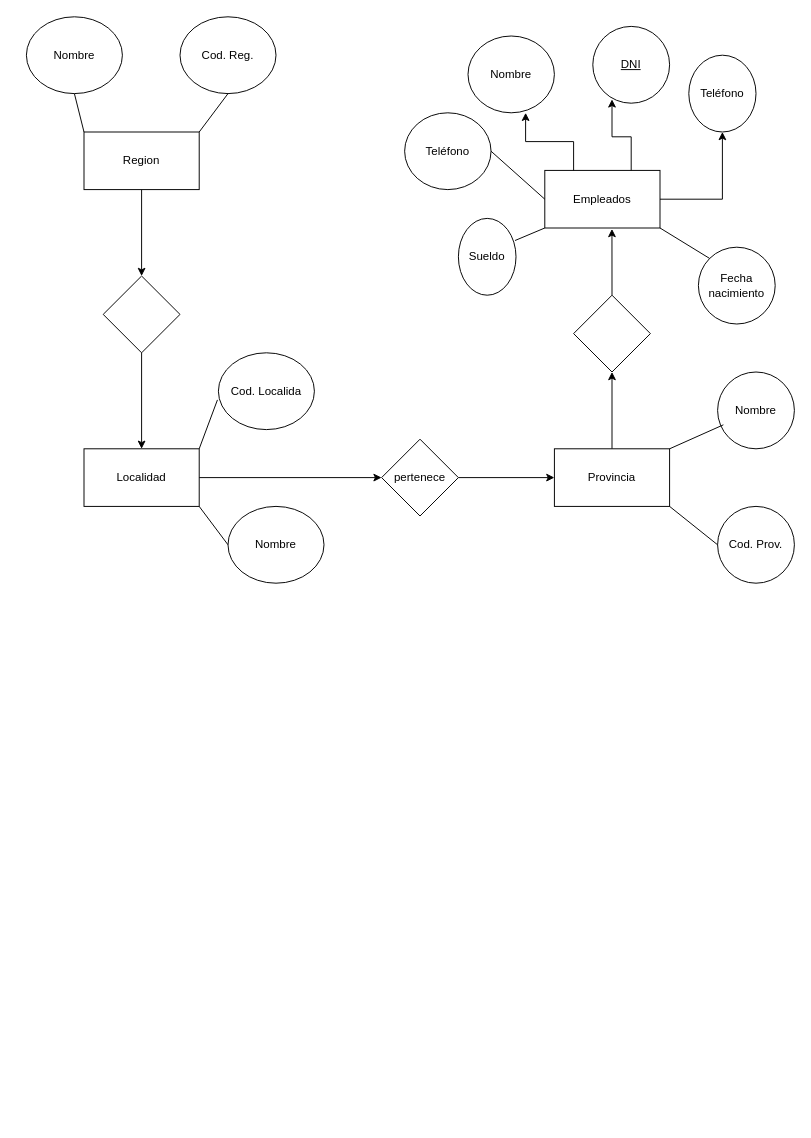
Before: Diagrama sin título.drawio in LuisAlvarado89/Proyecto1, a draw.io diagram. Source tidied: cells renumbered, new cells numbered last; positions are measured from the earlier drawing's top-left corner, leaving out a move shared by most shapes. Both pictures are drawn from the tidied source at 96%, with x=0, y=0 at pixel (26, 16).
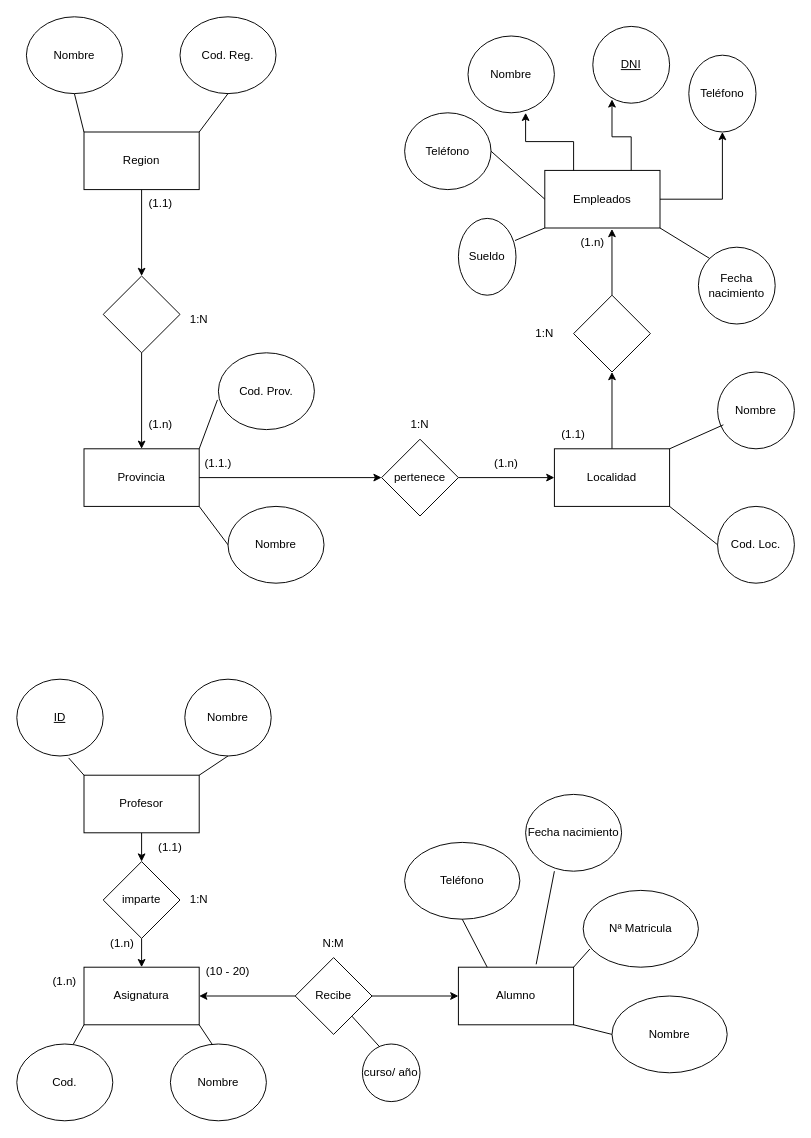
Above is the later version.

The edit, as a diff of the source:
```diff
@@
-    <mxCell id="13" value="Localidad" style="rounded=0;whiteSpace=wrap;html=1;" parent="1" vertex="1">
+    <mxCell id="13" value="Provincia" style="rounded=0;whiteSpace=wrap;html=1;" parent="1" vertex="1">
       <mxGeometry x="60" y="450" width="120" height="60" as="geometry" />
     </mxCell>
@@
-    <mxCell id="15" value="Provincia" style="rounded=0;whiteSpace=wrap;html=1;" parent="1" vertex="1">
+    <mxCell id="15" value="Localidad" style="rounded=0;whiteSpace=wrap;html=1;" parent="1" vertex="1">
       <mxGeometry x="550" y="450" width="120" height="60" as="geometry" />
     </mxCell>
@@
-    <mxCell id="20" value="Cod. Localida" style="ellipse;whiteSpace=wrap;html=1;" parent="1" vertex="1">
+    <mxCell id="20" value="Cod. Prov." style="ellipse;whiteSpace=wrap;html=1;" parent="1" vertex="1">
       <mxGeometry x="200" y="350" width="100" height="80" as="geometry" />
     </mxCell>
@@
-    <mxCell id="23" value="Cod. Prov." style="ellipse;whiteSpace=wrap;html=1;" parent="1" vertex="1">
+    <mxCell id="23" value="Cod. Loc." style="ellipse;whiteSpace=wrap;html=1;" parent="1" vertex="1">
       <mxGeometry x="720" y="510" width="80" height="80" as="geometry" />
     </mxCell>
@@
+    <mxCell id="39" value="1:N" style="text;html=1;whiteSpace=wrap;strokeColor=none;fillColor=none;align=center;verticalAlign=middle;rounded=0;" parent="1" vertex="1">
+      <mxGeometry x="150" y="300" width="60" height="30" as="geometry" />
+    </mxCell>
+    <mxCell id="40" value="1:N" style="text;html=1;whiteSpace=wrap;strokeColor=none;fillColor=none;align=center;verticalAlign=middle;rounded=0;" parent="1" vertex="1">
+      <mxGeometry x="380" y="410" width="60" height="30" as="geometry" />
+    </mxCell>
+    <mxCell id="41" value="1:N" style="text;html=1;whiteSpace=wrap;strokeColor=none;fillColor=none;align=center;verticalAlign=middle;rounded=0;" parent="1" vertex="1">
+      <mxGeometry x="510" y="315" width="60" height="30" as="geometry" />
+    </mxCell>
+    <mxCell id="42" value="(1.1)" style="text;html=1;whiteSpace=wrap;strokeColor=none;fillColor=none;align=center;verticalAlign=middle;rounded=0;" parent="1" vertex="1">
+      <mxGeometry x="110" y="180" width="60" height="30" as="geometry" />
+    </mxCell>
+    <mxCell id="43" value="(1.1)" style="text;html=1;whiteSpace=wrap;strokeColor=none;fillColor=none;align=center;verticalAlign=middle;rounded=0;" parent="1" vertex="1">
+      <mxGeometry x="540" y="420" width="60" height="30" as="geometry" />
+    </mxCell>
+    <mxCell id="44" value="(1.n)" style="text;html=1;whiteSpace=wrap;strokeColor=none;fillColor=none;align=center;verticalAlign=middle;rounded=0;" parent="1" vertex="1">
+      <mxGeometry x="110" y="410" width="60" height="30" as="geometry" />
+    </mxCell>
+    <mxCell id="45" value="(1.n)" style="text;html=1;whiteSpace=wrap;strokeColor=none;fillColor=none;align=center;verticalAlign=middle;rounded=0;" parent="1" vertex="1">
+      <mxGeometry x="470" y="450" width="60" height="30" as="geometry" />
+    </mxCell>
+    <mxCell id="46" value="(1.n)" style="text;html=1;whiteSpace=wrap;strokeColor=none;fillColor=none;align=center;verticalAlign=middle;rounded=0;" parent="1" vertex="1">
+      <mxGeometry x="560" y="220" width="60" height="30" as="geometry" />
+    </mxCell>
+    <mxCell id="47" value="(1.1.)" style="text;html=1;whiteSpace=wrap;strokeColor=none;fillColor=none;align=center;verticalAlign=middle;rounded=0;" parent="1" vertex="1">
+      <mxGeometry x="170" y="450" width="60" height="30" as="geometry" />
+    </mxCell>
+    <mxCell id="48" style="edgeStyle=orthogonalEdgeStyle;rounded=0;jettySize=auto;html=1;exitX=0.5;exitY=1;exitDx=0;exitDy=0;entryX=0.5;entryY=0;entryDx=0;entryDy=0;" parent="1" edge="1" source="49" target="59">
+      <mxGeometry relative="1" as="geometry" />
+    </mxCell>
+    <mxCell id="49" value="Profesor" style="rounded=0;whiteSpace=wrap;html=1;" parent="1" vertex="1">
+      <mxGeometry x="60" y="790" width="120" height="60" as="geometry" />
+    </mxCell>
+    <mxCell id="50" value="Alumno" style="rounded=0;whiteSpace=wrap;html=1;" parent="1" vertex="1">
+      <mxGeometry x="450" y="990" width="120" height="60" as="geometry" />
+    </mxCell>
+    <mxCell id="51" value="Asignatura" style="rounded=0;whiteSpace=wrap;html=1;" parent="1" vertex="1">
+      <mxGeometry x="60" y="990" width="120" height="60" as="geometry" />
+    </mxCell>
+    <mxCell id="52" value="Nª Matricula" style="ellipse;whiteSpace=wrap;html=1;" parent="1" vertex="1">
+      <mxGeometry x="580" y="910" width="120" height="80" as="geometry" />
+    </mxCell>
+    <mxCell id="53" value="Nombre" style="ellipse;whiteSpace=wrap;html=1;" parent="1" vertex="1">
+      <mxGeometry x="610" y="1020" width="120" height="80" as="geometry" />
+    </mxCell>
+    <mxCell id="54" value="Fecha nacimiento" style="ellipse;whiteSpace=wrap;html=1;" parent="1" vertex="1">
+      <mxGeometry x="520" y="810" width="100" height="80" as="geometry" />
+    </mxCell>
+    <mxCell id="55" value="Teléfono" style="ellipse;whiteSpace=wrap;html=1;" parent="1" vertex="1">
+      <mxGeometry x="394" y="860" width="120" height="80" as="geometry" />
+    </mxCell>
+    <mxCell id="56" value="&lt;u&gt;ID&lt;/u&gt;" style="ellipse;whiteSpace=wrap;html=1;" parent="1" vertex="1">
+      <mxGeometry x="-10" y="690" width="90" height="80" as="geometry" />
+    </mxCell>
+    <mxCell id="57" value="Nombre" style="ellipse;whiteSpace=wrap;html=1;" parent="1" vertex="1">
+      <mxGeometry x="165" y="690" width="90" height="80" as="geometry" />
+    </mxCell>
+    <mxCell id="58" style="edgeStyle=orthogonalEdgeStyle;rounded=0;jettySize=auto;html=1;exitX=0.5;exitY=1;exitDx=0;exitDy=0;entryX=0.5;entryY=0;entryDx=0;entryDy=0;" parent="1" edge="1" source="59" target="51">
+      <mxGeometry relative="1" as="geometry" />
+    </mxCell>
+    <mxCell id="59" value="imparte" style="rhombus;whiteSpace=wrap;html=1;" parent="1" vertex="1">
+      <mxGeometry x="80" y="880" width="80" height="80" as="geometry" />
+    </mxCell>
+    <mxCell id="60" style="edgeStyle=orthogonalEdgeStyle;rounded=0;jettySize=auto;html=1;exitX=1;exitY=0.5;exitDx=0;exitDy=0;entryX=0;entryY=0.5;entryDx=0;entryDy=0;" parent="1" edge="1" source="62" target="50">
+      <mxGeometry relative="1" as="geometry" />
+    </mxCell>
+    <mxCell id="61" style="edgeStyle=orthogonalEdgeStyle;rounded=0;jettySize=auto;html=1;exitX=0;exitY=0.5;exitDx=0;exitDy=0;entryX=1;entryY=0.5;entryDx=0;entryDy=0;" parent="1" edge="1" source="62" target="51">
+      <mxGeometry relative="1" as="geometry" />
+    </mxCell>
+    <mxCell id="62" value="Recibe" style="rhombus;whiteSpace=wrap;html=1;" parent="1" vertex="1">
+      <mxGeometry x="280" y="980" width="80" height="80" as="geometry" />
+    </mxCell>
+    <mxCell id="63" style="endArrow=none;html=1;rounded=0;entryX=0.5;entryY=1;entryDx=0;entryDy=0;exitX=0.25;exitY=0;exitDx=0;exitDy=0;" parent="1" edge="1" source="50" target="55">
+      <mxGeometry relative="1" as="geometry" />
+    </mxCell>
+    <mxCell id="64" style="endArrow=none;html=1;rounded=0;entryX=0.675;entryY=-0.05;entryDx=0;entryDy=0;entryPerimeter=0;exitX=0.3;exitY=1;exitDx=0;exitDy=0;exitPerimeter=0;" parent="1" edge="1" source="54" target="50">
+      <mxGeometry relative="1" as="geometry" />
+    </mxCell>
+    <mxCell id="65" style="endArrow=none;html=1;rounded=0;entryX=1;entryY=0;entryDx=0;entryDy=0;exitX=0.058;exitY=0.763;exitDx=0;exitDy=0;exitPerimeter=0;" parent="1" edge="1" source="52" target="50">
+      <mxGeometry relative="1" as="geometry" />
+    </mxCell>
+    <mxCell id="66" style="endArrow=none;html=1;rounded=0;entryX=1;entryY=1;entryDx=0;entryDy=0;exitX=0;exitY=0.5;exitDx=0;exitDy=0;" parent="1" edge="1" source="53" target="50">
+      <mxGeometry relative="1" as="geometry" />
+    </mxCell>
+    <mxCell id="67" style="endArrow=none;html=1;rounded=0;entryX=1;entryY=0;entryDx=0;entryDy=0;exitX=0.5;exitY=1;exitDx=0;exitDy=0;" parent="1" edge="1" source="57" target="49">
+      <mxGeometry relative="1" as="geometry" />
+    </mxCell>
+    <mxCell id="68" style="endArrow=none;html=1;rounded=0;entryX=0;entryY=0;entryDx=0;entryDy=0;exitX=0.6;exitY=1.025;exitDx=0;exitDy=0;exitPerimeter=0;" parent="1" edge="1" source="56" target="49">
+      <mxGeometry relative="1" as="geometry" />
+    </mxCell>
+    <mxCell id="69" value="Cod." style="ellipse;whiteSpace=wrap;html=1;" parent="1" vertex="1">
+      <mxGeometry x="-10" y="1070" width="100" height="80" as="geometry" />
+    </mxCell>
+    <mxCell id="70" value="Nombre" style="ellipse;whiteSpace=wrap;html=1;" parent="1" vertex="1">
+      <mxGeometry x="150" y="1070" width="100" height="80" as="geometry" />
+    </mxCell>
+    <mxCell id="71" value="curso/ año" style="ellipse;whiteSpace=wrap;html=1;" parent="1" vertex="1">
+      <mxGeometry x="350" y="1070" width="60" height="60" as="geometry" />
+    </mxCell>
+    <mxCell id="72" style="endArrow=none;html=1;rounded=0;exitX=0.3;exitY=0.05;exitDx=0;exitDy=0;exitPerimeter=0;" parent="1" edge="1" source="71" target="62">
+      <mxGeometry relative="1" as="geometry" />
+    </mxCell>
+    <mxCell id="73" style="endArrow=none;html=1;rounded=0;entryX=1;entryY=1;entryDx=0;entryDy=0;exitX=0.44;exitY=0.013;exitDx=0;exitDy=0;exitPerimeter=0;" parent="1" edge="1" source="70" target="51">
+      <mxGeometry relative="1" as="geometry" />
+    </mxCell>
+    <mxCell id="74" style="endArrow=none;html=1;rounded=0;entryX=0;entryY=1;entryDx=0;entryDy=0;exitX=0.59;exitY=0;exitDx=0;exitDy=0;exitPerimeter=0;" parent="1" edge="1" source="69" target="51">
+      <mxGeometry relative="1" as="geometry" />
+    </mxCell>
+    <mxCell id="75" value="(10 - 20)" style="text;html=1;whiteSpace=wrap;strokeColor=none;fillColor=none;align=center;verticalAlign=middle;rounded=0;" parent="1" vertex="1">
+      <mxGeometry x="180" y="980" width="60" height="30" as="geometry" />
+    </mxCell>
+    <mxCell id="76" value="(1.1)" style="text;html=1;whiteSpace=wrap;strokeColor=none;fillColor=none;align=center;verticalAlign=middle;rounded=0;" parent="1" vertex="1">
+      <mxGeometry x="120" y="850" width="60" height="30" as="geometry" />
+    </mxCell>
+    <mxCell id="77" value="1:N" style="text;html=1;whiteSpace=wrap;strokeColor=none;fillColor=none;align=center;verticalAlign=middle;rounded=0;" parent="1" vertex="1">
+      <mxGeometry x="150" y="905" width="60" height="30" as="geometry" />
+    </mxCell>
+    <mxCell id="78" value="(1.n)" style="text;html=1;whiteSpace=wrap;strokeColor=none;fillColor=none;align=center;verticalAlign=middle;rounded=0;" parent="1" vertex="1">
+      <mxGeometry x="10" y="990" width="60" height="30" as="geometry" />
+    </mxCell>
+    <mxCell id="79" value="(1.n)" style="text;html=1;whiteSpace=wrap;strokeColor=none;fillColor=none;align=center;verticalAlign=middle;rounded=0;" parent="1" vertex="1">
+      <mxGeometry x="70" y="950" width="60" height="30" as="geometry" />
+    </mxCell>
+    <mxCell id="80" value="N:M" style="text;html=1;whiteSpace=wrap;strokeColor=none;fillColor=none;align=center;verticalAlign=middle;rounded=0;" parent="1" vertex="1">
+      <mxGeometry x="290" y="950" width="60" height="30" as="geometry" />
+    </mxCell>
```
